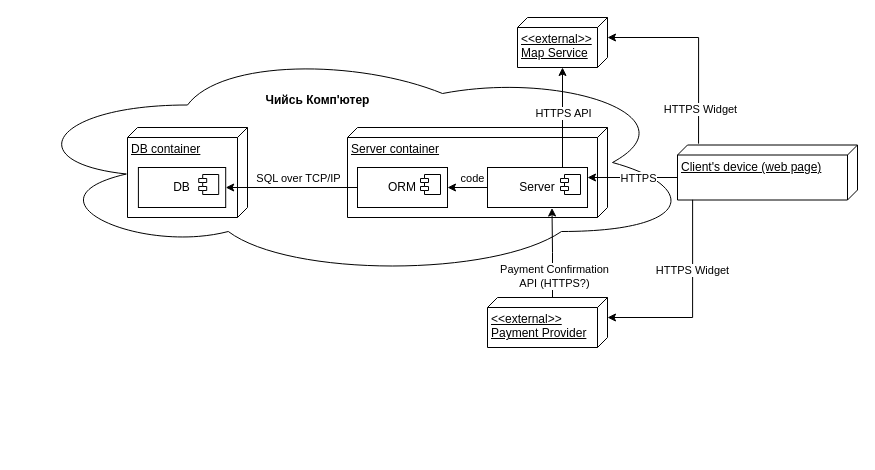
This is docs/architecture/uml/deployment-diagram.drawio from ukma-cs-ssdm-2025/punkcoders, a draw.io file, before an edit. Source tidied: cells renumbered, new cells numbered last; positions are measured from the earlier drawing's top-left corner, leaving out a move shared by most shapes. Both pictures are drawn from the tidied source at 100%, with x=0, y=0 at pixel (17, 17).
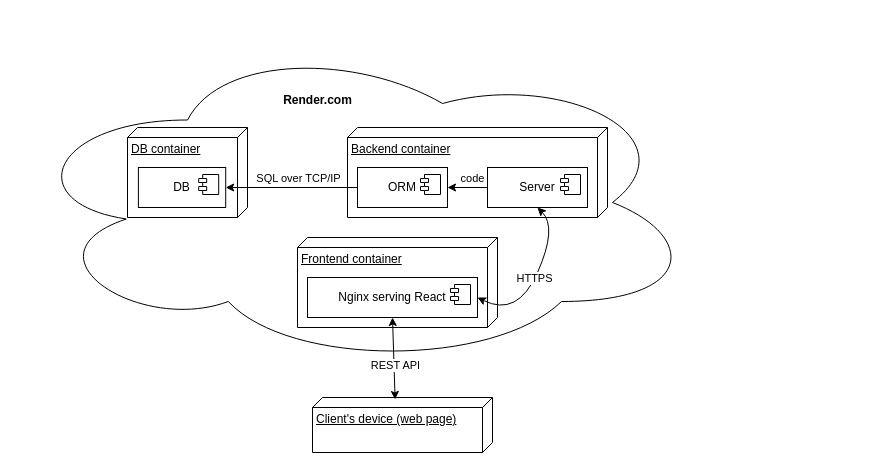
The same page after the edit.

The change refers to these unchanged cells:
```xml
<mxCell id="10" value="Server" style="html=1;whiteSpace=wrap;" parent="1" vertex="1">
  <mxGeometry x="470" y="150" width="100" height="40" as="geometry" />
</mxCell>
```

Diff of the diagram source:
```diff
@@
     <mxCell id="2" style="ellipse;shape=cloud;whiteSpace=wrap;html=1;align=center;" parent="1" vertex="1">
-      <mxGeometry y="30" width="680" height="230" as="geometry" />
+      <mxGeometry y="20" width="680" height="330" as="geometry" />
     </mxCell>
-    <mxCell id="3" value="Server container" style="verticalAlign=top;align=left;spacingTop=8;spacingLeft=2;spacingRight=12;shape=cube;size=10;direction=south;fontStyle=4;html=1;whiteSpace=wrap;" parent="1" vertex="1">
+    <mxCell id="3" value="Backend container" style="verticalAlign=top;align=left;spacingTop=8;spacingLeft=2;spacingRight=12;shape=cube;size=10;direction=south;fontStyle=4;html=1;whiteSpace=wrap;" parent="1" vertex="1">
       <mxGeometry x="330" y="110" width="260" height="90" as="geometry" />
     </mxCell>
@@
-    <mxCell id="8" style="edgeStyle=orthogonalEdgeStyle;rounded=0;jettySize=auto;html=1;exitX=0.75;exitY=0;exitDx=0;exitDy=0;" parent="1" edge="1" source="10" target="19">
-      <mxGeometry relative="1" as="geometry" />
-    </mxCell>
-    <mxCell id="9" value="HTTPS API" style="edgeLabel;html=1;align=center;verticalAlign=middle;" parent="8" vertex="1">
-      <mxGeometry x="-0.03" relative="1" as="geometry">
-        <mxPoint y="-6" as="offset" />
-      </mxGeometry>
-    </mxCell>
@@
-    <mxCell id="12" value="Чийсь Комп'ютер" style="text;align=center;fontStyle=1;verticalAlign=middle;spacingLeft=3;spacingRight=3;strokeColor=none;html=1;" parent="1" vertex="1">
+    <mxCell id="12" value="Render.com" style="text;align=center;fontStyle=1;verticalAlign=middle;spacingLeft=3;spacingRight=3;strokeColor=none;html=1;" parent="1" vertex="1">
       <mxGeometry x="260" y="70" width="80" height="26" as="geometry" />
     </mxCell>
@@
-    <mxCell id="19" value="&lt;div&gt;&amp;lt;&amp;lt;external&amp;gt;&amp;gt;&lt;/div&gt;&lt;div&gt;Map Service&lt;/div&gt;" style="verticalAlign=top;align=left;spacingTop=8;spacingLeft=2;spacingRight=12;shape=cube;size=10;direction=south;fontStyle=4;html=1;whiteSpace=wrap;" parent="1" vertex="1">
-      <mxGeometry x="500" width="90" height="50" as="geometry" />
-    </mxCell>
-    <mxCell id="20" value="&lt;div&gt;&amp;lt;&amp;lt;external&amp;gt;&amp;gt;&lt;/div&gt;&lt;div&gt;Payment Provider&lt;/div&gt;" style="verticalAlign=top;align=left;spacingTop=8;spacingLeft=2;spacingRight=12;shape=cube;size=10;direction=south;fontStyle=4;html=1;whiteSpace=wrap;" parent="1" vertex="1">
-      <mxGeometry x="470" y="280" width="120" height="50" as="geometry" />
-    </mxCell>
-    <mxCell id="21" style="edgeStyle=orthogonalEdgeStyle;rounded=0;jettySize=auto;html=1;exitX=0;exitY=0;exitDx=32.5;exitDy=180;exitPerimeter=0;entryX=1;entryY=0.25;entryDx=0;entryDy=0;" parent="1" edge="1" source="23" target="10">
-      <mxGeometry relative="1" as="geometry" />
-    </mxCell>
+    <mxCell id="23" value="Client's device (web page)" style="verticalAlign=top;align=left;spacingTop=8;spacingLeft=2;spacingRight=12;shape=cube;size=10;direction=south;fontStyle=4;html=1;whiteSpace=wrap;" parent="1" vertex="1">
+      <mxGeometry x="295" y="380" width="180" height="55" as="geometry" />
+    </mxCell>
+    <mxCell id="30" value="&lt;div&gt;Frontend container&lt;/div&gt;" style="verticalAlign=top;align=left;spacingTop=8;spacingLeft=2;spacingRight=12;shape=cube;size=10;direction=south;fontStyle=4;html=1;whiteSpace=wrap;" parent="1" vertex="1">
+      <mxGeometry x="280" y="220" width="200" height="90" as="geometry" />
+    </mxCell>
+    <mxCell id="31" value="Nginx serving React" style="html=1;whiteSpace=wrap;" parent="1" vertex="1">
+      <mxGeometry x="290" y="260" width="170" height="40" as="geometry" />
+    </mxCell>
+    <mxCell id="32" style="shape=module;jettyWidth=8;jettyHeight=4;" parent="31" vertex="1">
+      <mxGeometry x="1" width="20" height="20" relative="1" as="geometry">
+        <mxPoint x="-27" y="7" as="offset" />
+      </mxGeometry>
+    </mxCell>
+    <mxCell id="33" style="curved=1;endArrow=classic;html=1;rounded=0;exitX=1;exitY=0.5;exitDx=0;exitDy=0;entryX=0.5;entryY=1;entryDx=0;entryDy=0;startArrow=classic;startFill=1;" parent="1" edge="1" source="31" target="10">
+      <mxGeometry relative="1" as="geometry">
+        <Array as="points">
+          <mxPoint x="500" y="300" />
+          <mxPoint x="540" y="210" />
+        </Array>
+      </mxGeometry>
+    </mxCell>
-    <mxCell id="22" value="HTTPS" style="edgeLabel;html=1;align=center;verticalAlign=middle;" parent="21" vertex="1">
-      <mxGeometry x="-0.11" relative="1" as="geometry" />
+    <mxCell id="22" value="&lt;div&gt;HTTPS&lt;/div&gt;" style="edgeLabel;html=1;align=center;verticalAlign=middle;" parent="33" vertex="1">
+      <mxGeometry x="0.01" y="1" relative="1" as="geometry" />
     </mxCell>
-    <mxCell id="23" value="Client's device (web page)" style="verticalAlign=top;align=left;spacingTop=8;spacingLeft=2;spacingRight=12;shape=cube;size=10;direction=south;fontStyle=4;html=1;whiteSpace=wrap;" parent="1" vertex="1">
-      <mxGeometry x="660" y="127.5" width="180" height="55" as="geometry" />
-    </mxCell>
-    <mxCell id="24" style="edgeStyle=orthogonalEdgeStyle;rounded=0;jettySize=auto;html=1;exitX=-0.024;exitY=0.883;exitDx=0;exitDy=0;exitPerimeter=0;entryX=0;entryY=0;entryDx=20;entryDy=0;entryPerimeter=0;" parent="1" edge="1" source="23" target="19">
-      <mxGeometry relative="1" as="geometry">
-        <Array as="points">
-          <mxPoint x="681" y="20" />
-        </Array>
-      </mxGeometry>
-    </mxCell>
-    <mxCell id="25" value="HTTPS Widget" style="edgeLabel;html=1;align=center;verticalAlign=middle;" parent="24" vertex="1">
-      <mxGeometry x="-0.65" y="-1" relative="1" as="geometry" />
-    </mxCell>
-    <mxCell id="26" style="edgeStyle=orthogonalEdgeStyle;rounded=0;jettySize=auto;html=1;exitX=0.996;exitY=0.916;exitDx=0;exitDy=0;exitPerimeter=0;entryX=0;entryY=0;entryDx=20;entryDy=0;entryPerimeter=0;" parent="1" edge="1" source="23" target="20">
-      <mxGeometry relative="1" as="geometry" />
-    </mxCell>
-    <mxCell id="27" value="HTTPS Widget" style="edgeLabel;html=1;align=center;verticalAlign=middle;" parent="26" vertex="1">
-      <mxGeometry x="-0.31" y="-1" relative="1" as="geometry" />
-    </mxCell>
-    <mxCell id="28" style="edgeStyle=orthogonalEdgeStyle;rounded=0;jettySize=auto;html=1;exitX=0;exitY=0;exitDx=0;exitDy=55;exitPerimeter=0;entryX=0.645;entryY=1.013;entryDx=0;entryDy=0;entryPerimeter=0;" parent="1" edge="1" source="20" target="10">
-      <mxGeometry relative="1" as="geometry" />
-    </mxCell>
-    <mxCell id="29" value="&lt;div&gt;Payment Confirmation&lt;/div&gt;&lt;div&gt;API (HTTPS?)&lt;/div&gt;" style="edgeLabel;html=1;align=center;verticalAlign=middle;" parent="28" vertex="1">
-      <mxGeometry x="-0.51" y="-1" relative="1" as="geometry" />
-    </mxCell>
+    <mxCell id="34" style="endArrow=classic;startArrow=classic;html=1;rounded=0;exitX=0.035;exitY=0.541;exitDx=0;exitDy=0;exitPerimeter=0;entryX=0.5;entryY=1;entryDx=0;entryDy=0;" parent="1" edge="1" source="23" target="31">
+      <mxGeometry relative="1" as="geometry" />
+    </mxCell>
+    <mxCell id="35" value="REST API" style="edgeLabel;html=1;align=center;verticalAlign=middle;" parent="34" vertex="1">
+      <mxGeometry x="-0.17" y="-1" relative="1" as="geometry" />
+    </mxCell>
```
